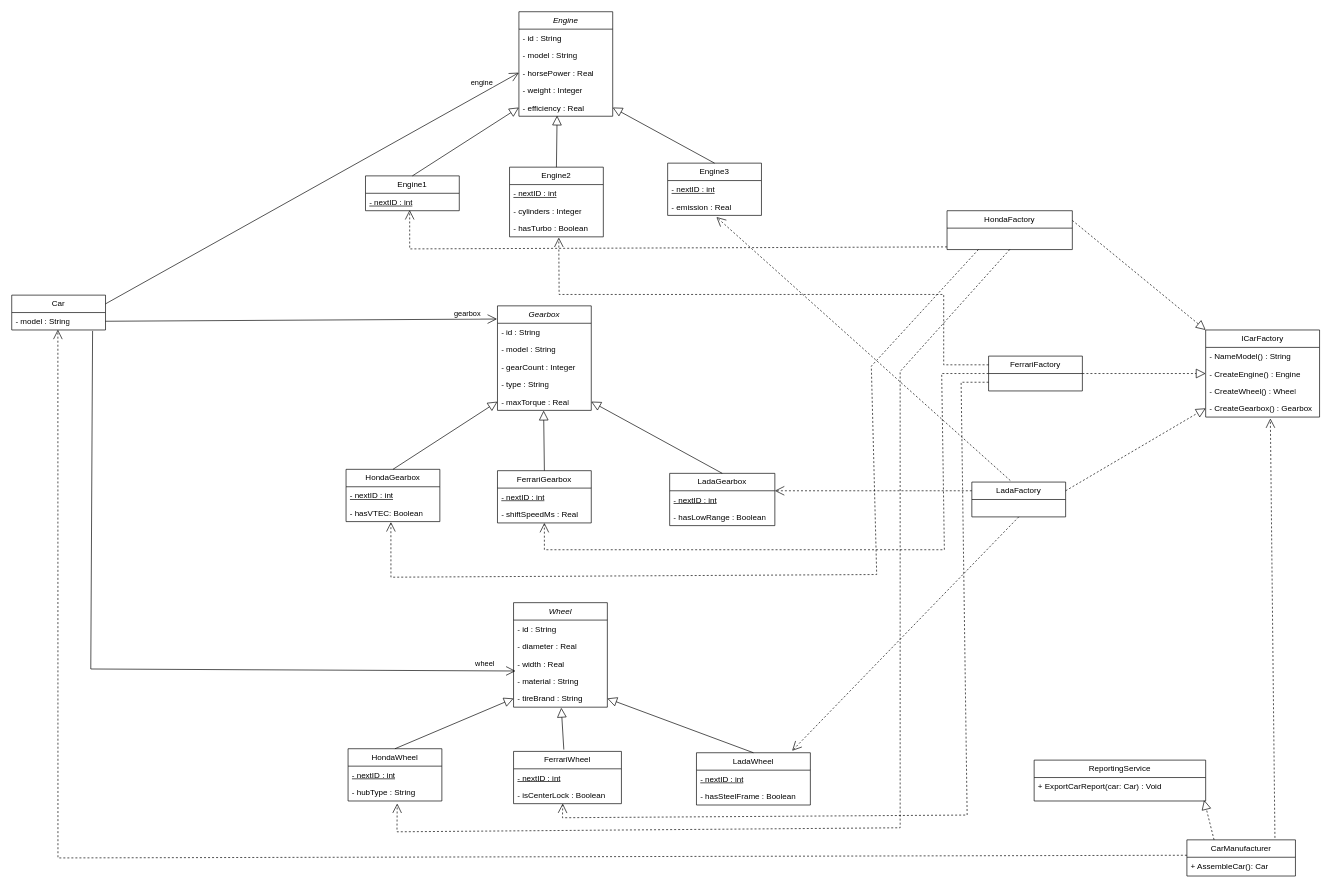
The draw.io diagram page "Abstract Factory" (1 of 2) of lab 1 -  Abstract Factory/CarMaker .drawio in solovozer/OOAP-LABS, before the edit. Source tidied: cells renumbered, new cells numbered last; positions are measured from the earlier drawing's top-left corner, leaving out a move shared by most shapes. Both pictures are drawn from the tidied source at 67%, with x=0, y=0 at pixel (11, 11).
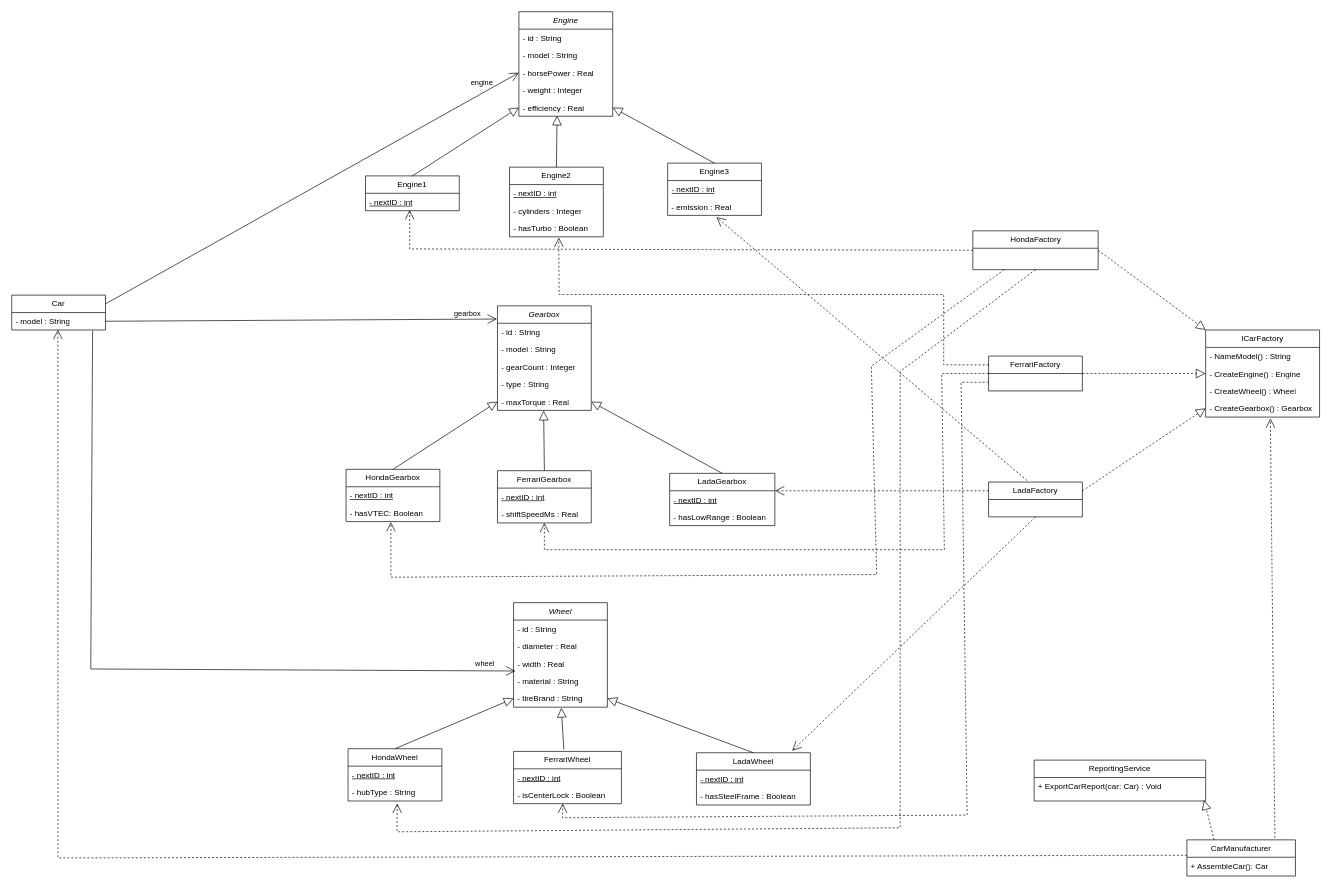
Above is the later version.

The change refers to these unchanged cells:
```xml
<mxCell id="3" value="- nextID : int" style="text;strokeColor=none;fillColor=none;align=left;verticalAlign=top;spacingLeft=4;spacingRight=4;overflow=hidden;points=[[0,0.5],[1,0.5]];portConstraint=eastwest;whiteSpace=wrap;html=1;fontStyle=4;" parent="2" vertex="1">
  <mxGeometry y="26" width="140" height="26" as="geometry" />
</mxCell>
<mxCell id="50" value="ICarFactory" style="swimlane;fontStyle=0;horizontal=1;startSize=26;fillColor=none;whiteSpace=wrap;html=1;" parent="1" vertex="1">
  <mxGeometry x="1782" y="475" width="170" height="130" as="geometry" />
</mxCell>
```

The edit, as a diff of the source:
```diff
@@
     <mxCell id="47" value="HondaFactory" style="swimlane;fontStyle=0;horizontal=1;startSize=26;fillColor=none;whiteSpace=wrap;html=1;" parent="1" vertex="1">
-      <mxGeometry x="1396" y="297" width="187" height="58" as="geometry" />
+      <mxGeometry x="1434.5" y="327" width="187" height="58" as="geometry" />
     </mxCell>
@@
     <mxCell id="49" value="LadaFactory" style="swimlane;fontStyle=0;horizontal=1;startSize=26;fillColor=none;whiteSpace=wrap;html=1;" parent="1" vertex="1">
-      <mxGeometry x="1433" y="702" width="140" height="52" as="geometry" />
+      <mxGeometry x="1458" y="702" width="140" height="52" as="geometry" />
     </mxCell>
@@
-    <mxCell id="67" style="endArrow=block;dashed=1;endFill=0;endSize=12;html=1;rounded=0;entryX=0;entryY=0;entryDx=0;entryDy=0;exitX=1;exitY=0.25;exitDx=0;exitDy=0;" parent="1" edge="1" source="47" target="50">
+    <mxCell id="67" style="endArrow=block;dashed=1;endFill=0;endSize=12;html=1;rounded=0;entryX=0;entryY=0;entryDx=0;entryDy=0;exitX=1;exitY=0.5;exitDx=0;exitDy=0;" parent="1" edge="1" source="47" target="50">
       <mxGeometry relative="1" as="geometry" />
     </mxCell>
@@
-    <mxCell id="69" style="endArrow=open;endSize=12;html=1;rounded=0;entryX=0.471;entryY=0.962;entryDx=0;entryDy=0;entryPerimeter=0;dashed=1;" parent="1" edge="1" target="3">
+    <mxCell id="69" style="endArrow=open;endSize=12;html=1;rounded=0;entryX=0.471;entryY=0.962;entryDx=0;entryDy=0;entryPerimeter=0;dashed=1;exitX=0;exitY=0.5;exitDx=0;exitDy=0;" parent="1" edge="1" source="47" target="3">
       <mxGeometry x="-0.02" y="47" relative="1" as="geometry">
-        <mxPoint x="1396" y="351" as="sourcePoint" />
         <Array as="points">
           <mxPoint x="594" y="354" />
         </Array>
       </mxGeometry>
     </mxCell>
```
